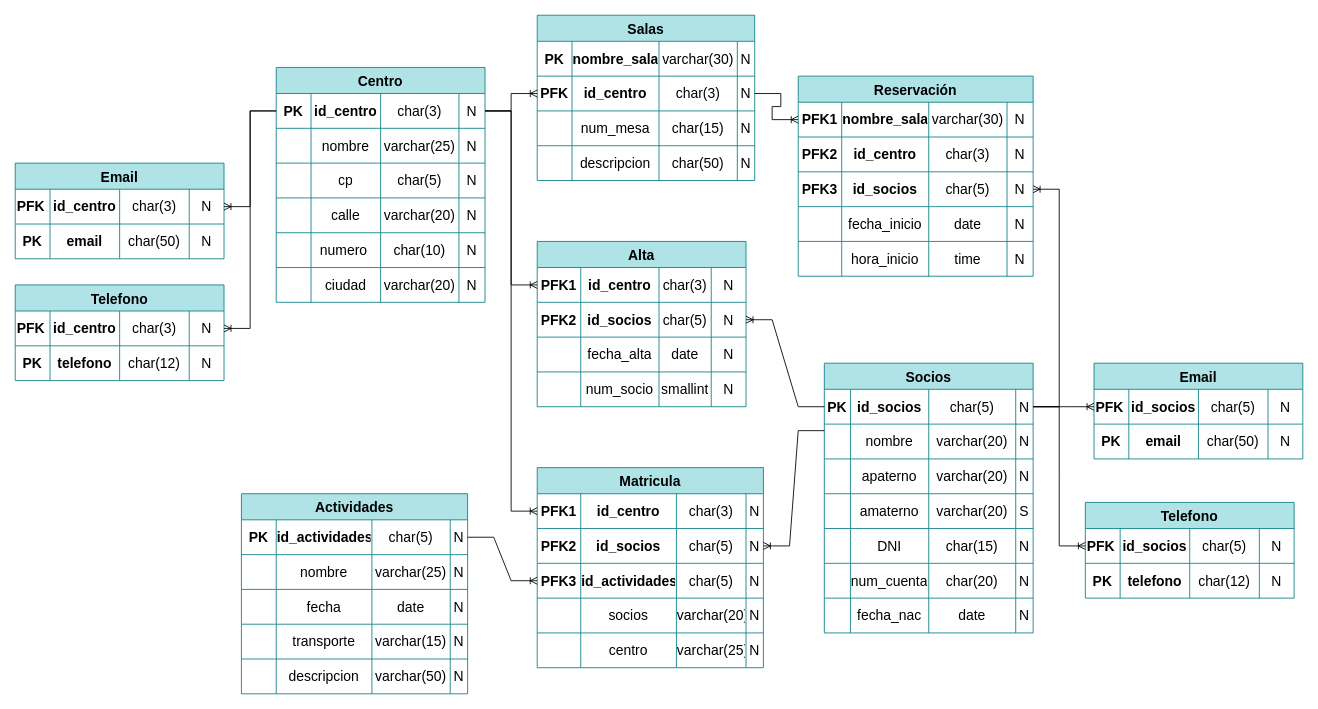
Earlier version of the draw.io diagram Modelo fisico centro ocio.drawio (misiomishi/itcj). Source tidied: cells renumbered, new cells numbered last; positions are measured from the earlier drawing's top-left corner, leaving out a move shared by most shapes. Both pictures are drawn from the tidied source at 87%, with x=0, y=0 at pixel (15, 15).
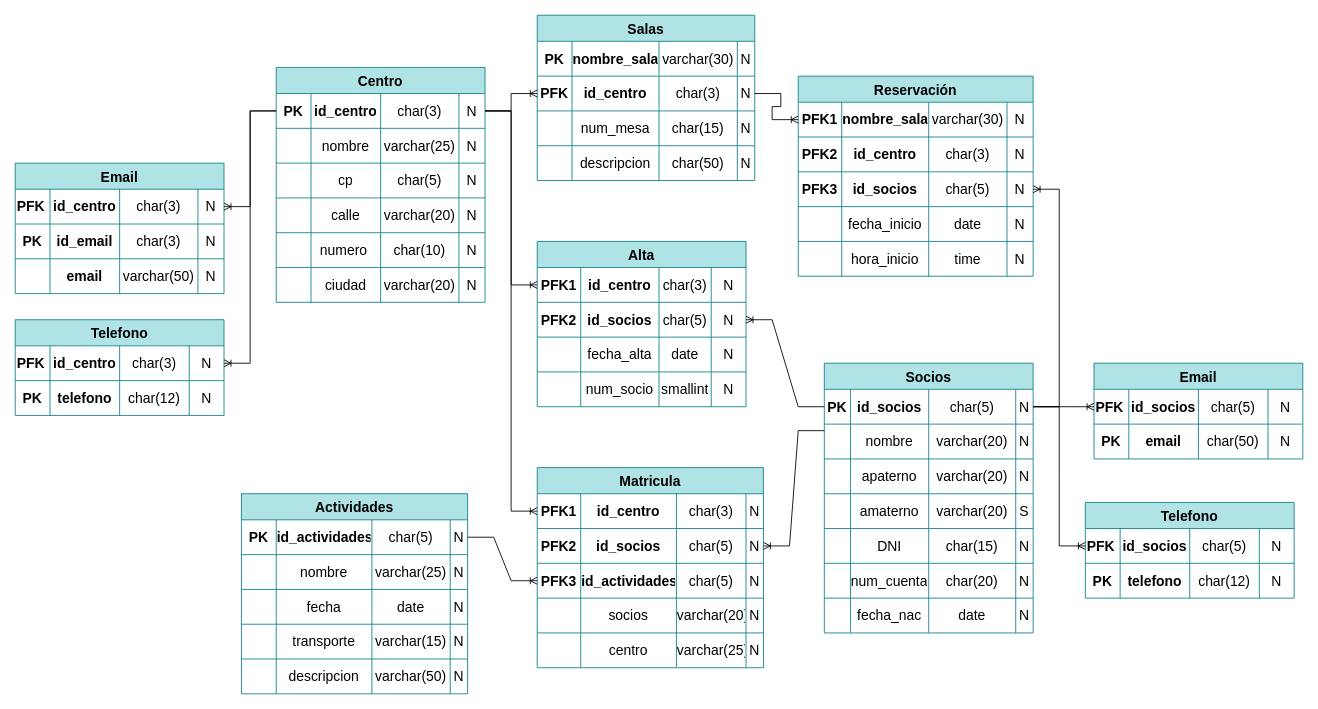
After the change.

The change refers to these unchanged cells:
```xml
<mxCell id="3" style="shape=tableRow;horizontal=0;startSize=0;swimlaneHead=0;swimlaneBody=0;strokeColor=inherit;top=0;left=0;bottom=0;right=0;fillColor=none;points=[[0,0.5],[1,0.5]];portConstraint=eastwest;fontSize=16;" parent="2" vertex="1">
  <mxGeometry y="30" width="240" height="40" as="geometry" />
</mxCell>
<mxCell id="8" style="shape=tableRow;horizontal=0;startSize=0;swimlaneHead=0;swimlaneBody=0;strokeColor=inherit;top=0;left=0;bottom=0;right=0;fillColor=none;fontSize=16;" parent="2" vertex="1">
  <mxGeometry y="70" width="240" height="40" as="geometry" />
</mxCell>
```

The edit, as a diff of the source:
```diff
@@
     <mxCell id="2" value="Email" style="shape=table;startSize=30;childLayout=tableLayout;strokeColor=#0e8088;fontSize=16;fillColor=#b0e3e6;fontStyle=1;" parent="1" vertex="1">
-      <mxGeometry y="170" width="240" height="110" as="geometry" />
+      <mxGeometry y="170" width="240" height="150" as="geometry" />
     </mxCell>
@@
     <mxCell id="6" value="char(3)" style="shape=partialRectangle;html=1;whiteSpace=wrap;strokeColor=inherit;overflow=hidden;fillColor=none;top=0;left=0;bottom=0;right=0;fontSize=16;" parent="3" vertex="1">
-      <mxGeometry x="120" width="80" height="40" as="geometry" />
+      <mxGeometry x="120" width="90" height="40" as="geometry" />
     </mxCell>
     <mxCell id="7" value="N" style="shape=partialRectangle;html=1;whiteSpace=wrap;strokeColor=inherit;overflow=hidden;fillColor=none;top=0;left=0;bottom=0;right=0;fontSize=16;" parent="3" vertex="1">
-      <mxGeometry x="200" width="40" height="40" as="geometry" />
+      <mxGeometry x="210" width="30" height="40" as="geometry" />
     </mxCell>
@@
-    <mxCell id="10" value="email" style="shape=partialRectangle;html=1;whiteSpace=wrap;strokeColor=inherit;overflow=hidden;fillColor=none;top=0;left=0;bottom=0;right=0;fontSize=16;fontStyle=1;" parent="8" vertex="1">
+    <mxCell id="10" value="id_email" style="shape=partialRectangle;html=1;whiteSpace=wrap;strokeColor=inherit;overflow=hidden;fillColor=none;top=0;left=0;bottom=0;right=0;fontSize=16;fontStyle=1;" parent="8" vertex="1">
       <mxGeometry x="40" width="80" height="40" as="geometry" />
     </mxCell>
-    <mxCell id="11" value="char(50)" style="shape=partialRectangle;html=1;whiteSpace=wrap;strokeColor=inherit;overflow=hidden;fillColor=none;top=0;left=0;bottom=0;right=0;fontSize=16;" parent="8" vertex="1">
-      <mxGeometry x="120" width="80" height="40" as="geometry" />
+    <mxCell id="11" value="char(3)" style="shape=partialRectangle;html=1;whiteSpace=wrap;strokeColor=inherit;overflow=hidden;fillColor=none;top=0;left=0;bottom=0;right=0;fontSize=16;" parent="8" vertex="1">
+      <mxGeometry x="120" width="90" height="40" as="geometry" />
     </mxCell>
     <mxCell id="12" value="N" style="shape=partialRectangle;html=1;whiteSpace=wrap;strokeColor=inherit;overflow=hidden;fillColor=none;top=0;left=0;bottom=0;right=0;fontSize=16;" parent="8" vertex="1">
-      <mxGeometry x="200" width="40" height="40" as="geometry" />
+      <mxGeometry x="210" width="30" height="40" as="geometry" />
     </mxCell>
+    <mxCell id="245" style="shape=tableRow;horizontal=0;startSize=0;swimlaneHead=0;swimlaneBody=0;strokeColor=inherit;top=0;left=0;bottom=0;right=0;fillColor=none;fontSize=16;" parent="2" vertex="1">
+      <mxGeometry y="110" width="240" height="40" as="geometry" />
+    </mxCell>
+    <mxCell id="246" style="shape=partialRectangle;html=1;whiteSpace=wrap;strokeColor=inherit;overflow=hidden;fillColor=none;top=0;left=0;bottom=0;right=0;fontSize=16;fontStyle=1;" parent="245" vertex="1">
+      <mxGeometry width="40" height="40" as="geometry" />
+    </mxCell>
+    <mxCell id="247" value="email" style="shape=partialRectangle;html=1;whiteSpace=wrap;strokeColor=inherit;overflow=hidden;fillColor=none;top=0;left=0;bottom=0;right=0;fontSize=16;fontStyle=1;" parent="245" vertex="1">
+      <mxGeometry x="40" width="80" height="40" as="geometry" />
+    </mxCell>
+    <mxCell id="248" value="varchar(50)" style="shape=partialRectangle;html=1;whiteSpace=wrap;strokeColor=inherit;overflow=hidden;fillColor=none;top=0;left=0;bottom=0;right=0;fontSize=16;" parent="245" vertex="1">
+      <mxGeometry x="120" width="90" height="40" as="geometry" />
+    </mxCell>
+    <mxCell id="249" value="N" style="shape=partialRectangle;html=1;whiteSpace=wrap;strokeColor=inherit;overflow=hidden;fillColor=none;top=0;left=0;bottom=0;right=0;fontSize=16;" parent="245" vertex="1">
+      <mxGeometry x="210" width="30" height="40" as="geometry" />
+    </mxCell>
     <mxCell id="13" value="Telefono" style="shape=table;startSize=30;childLayout=tableLayout;strokeColor=#0e8088;fontSize=16;fillColor=#b0e3e6;fontStyle=1;" parent="1" vertex="1">
-      <mxGeometry y="310" width="240" height="110" as="geometry" />
+      <mxGeometry y="350" width="240" height="110" as="geometry" />
     </mxCell>
```
